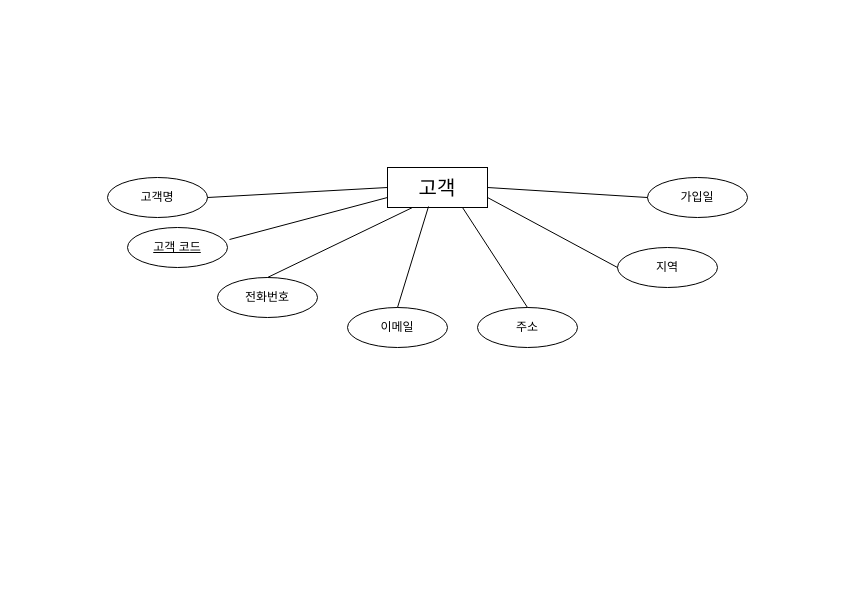
Zuzzang/ai8erd keeps this draw.io diagram as page "페이지-1" (1 of 2) of erd.drawio. Above is the earlier version. Source tidied: cells renumbered, new cells numbered last; positions are measured from the earlier drawing's top-left corner, leaving out a move shared by most shapes. Both pictures are drawn from the tidied source at 100%, with x=0, y=0 at pixel (107, 167).
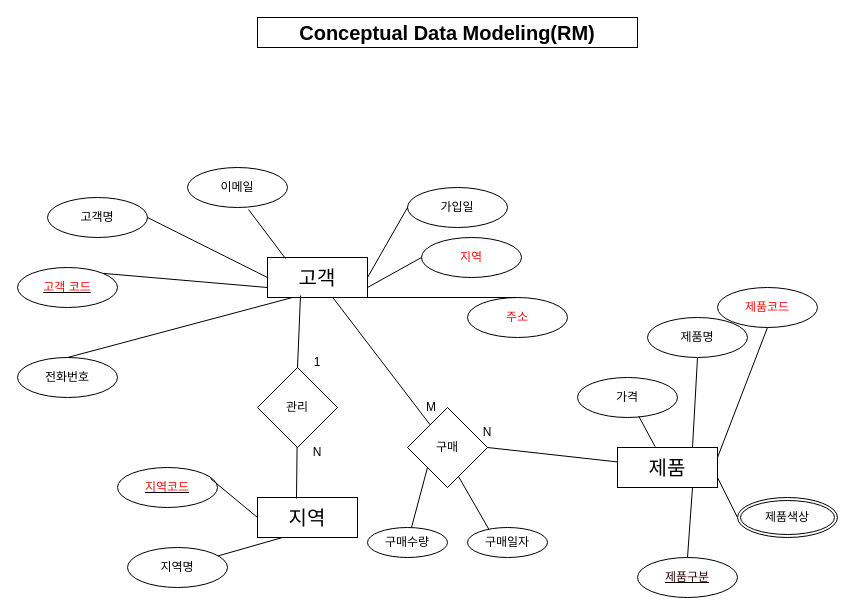
The same page after the edit.

Diff of the diagram source:
```diff
@@
     <mxCell id="2" value="&lt;font style=&quot;font-size: 20px;&quot;&gt;고객&lt;/font&gt;" style="whiteSpace=wrap;html=1;align=center;" parent="1" vertex="1">
-      <mxGeometry x="280" width="100" height="40" as="geometry" />
+      <mxGeometry x="160" y="90" width="100" height="40" as="geometry" />
     </mxCell>
     <mxCell id="3" value="고객명" style="ellipse;whiteSpace=wrap;html=1;align=center;" parent="1" vertex="1">
-      <mxGeometry y="10" width="100" height="40" as="geometry" />
+      <mxGeometry x="-60" y="30" width="100" height="40" as="geometry" />
     </mxCell>
@@
     <mxCell id="5" value="전화번호" style="ellipse;whiteSpace=wrap;html=1;align=center;" parent="1" vertex="1">
-      <mxGeometry x="110" y="110" width="100" height="40" as="geometry" />
+      <mxGeometry x="-90" y="190" width="100" height="40" as="geometry" />
     </mxCell>
     <mxCell id="6" value="이메일" style="ellipse;whiteSpace=wrap;html=1;align=center;" parent="1" vertex="1">
-      <mxGeometry x="240" y="140" width="100" height="40" as="geometry" />
+      <mxGeometry x="80" width="100" height="40" as="geometry" />
     </mxCell>
-    <mxCell id="7" value="주소" style="ellipse;whiteSpace=wrap;html=1;align=center;" parent="1" vertex="1">
-      <mxGeometry x="370" y="140" width="100" height="40" as="geometry" />
+    <mxCell id="7" value="&lt;font color=&quot;#ff0a0a&quot;&gt;주소&lt;/font&gt;" style="ellipse;whiteSpace=wrap;html=1;align=center;" parent="1" vertex="1">
+      <mxGeometry x="360" y="130" width="100" height="40" as="geometry" />
     </mxCell>
-    <mxCell id="8" value="지역" style="ellipse;whiteSpace=wrap;html=1;align=center;" parent="1" vertex="1">
-      <mxGeometry x="510" y="80" width="100" height="40" as="geometry" />
+    <mxCell id="8" value="&lt;font color=&quot;#ff0a0a&quot;&gt;지역&lt;/font&gt;" style="ellipse;whiteSpace=wrap;html=1;align=center;" parent="1" vertex="1">
+      <mxGeometry x="314" y="70" width="100" height="40" as="geometry" />
     </mxCell>
     <mxCell id="9" value="가입일" style="ellipse;whiteSpace=wrap;html=1;align=center;" parent="1" vertex="1">
-      <mxGeometry x="540" y="10" width="100" height="40" as="geometry" />
+      <mxGeometry x="300" y="20" width="100" height="40" as="geometry" />
     </mxCell>
@@
-    <mxCell id="11" style="endArrow=none;html=1;rounded=0;entryX=0.41;entryY=0.975;entryDx=0;entryDy=0;exitX=0.5;exitY=0;exitDx=0;exitDy=0;entryPerimeter=0;" parent="1" edge="1" source="6" target="2">
+    <mxCell id="11" style="endArrow=none;html=1;rounded=0;entryX=0.18;entryY=0.025;entryDx=0;entryDy=0;exitX=0.61;exitY=1.05;exitDx=0;exitDy=0;entryPerimeter=0;exitPerimeter=0;" parent="1" edge="1" source="6" target="2">
       <mxGeometry relative="1" as="geometry" />
     </mxCell>
@@
-    <mxCell id="15" value="&lt;u&gt;고객 코드&lt;/u&gt;" style="ellipse;whiteSpace=wrap;html=1;align=center;" parent="1" vertex="1">
-      <mxGeometry x="20" y="60" width="100" height="40" as="geometry" />
+    <mxCell id="15" value="&lt;u&gt;&lt;font color=&quot;#ff0a0a&quot;&gt;고객 코드&lt;/font&gt;&lt;/u&gt;" style="ellipse;whiteSpace=wrap;html=1;align=center;" parent="1" vertex="1">
+      <mxGeometry x="-90" y="100" width="100" height="40" as="geometry" />
     </mxCell>
-    <mxCell id="16" style="endArrow=none;html=1;rounded=0;exitX=1.02;exitY=0.3;exitDx=0;exitDy=0;exitPerimeter=0;entryX=0;entryY=0.75;entryDx=0;entryDy=0;" parent="1" edge="1" source="15" target="2">
+    <mxCell id="16" style="endArrow=none;html=1;rounded=0;exitX=1;exitY=0;exitDx=0;exitDy=0;entryX=0;entryY=0.75;entryDx=0;entryDy=0;" parent="1" edge="1" source="15" target="2">
       <mxGeometry relative="1" as="geometry" />
     </mxCell>
+    <mxCell id="17" value="&lt;span style=&quot;font-size: 20px;&quot;&gt;지역&lt;/span&gt;" style="whiteSpace=wrap;html=1;align=center;" parent="1" vertex="1">
+      <mxGeometry x="150" y="330" width="100" height="40" as="geometry" />
+    </mxCell>
+    <mxCell id="18" value="&lt;u&gt;&lt;font color=&quot;#ff0a0a&quot;&gt;지역코드&lt;/font&gt;&lt;/u&gt;" style="ellipse;whiteSpace=wrap;html=1;align=center;" parent="1" vertex="1">
+      <mxGeometry x="10" y="300" width="100" height="40" as="geometry" />
+    </mxCell>
+    <mxCell id="19" value="지역명" style="ellipse;whiteSpace=wrap;html=1;align=center;" parent="1" vertex="1">
+      <mxGeometry x="20" y="380" width="100" height="40" as="geometry" />
+    </mxCell>
+    <mxCell id="20" style="endArrow=none;html=1;rounded=0;exitX=0.93;exitY=0.275;exitDx=0;exitDy=0;entryX=0;entryY=0.5;entryDx=0;entryDy=0;exitPerimeter=0;" parent="1" edge="1" source="18" target="17">
+      <mxGeometry relative="1" as="geometry" />
+    </mxCell>
+    <mxCell id="21" style="endArrow=none;html=1;rounded=0;entryX=0.25;entryY=1;entryDx=0;entryDy=0;" parent="1" edge="1" source="19" target="17">
+      <mxGeometry relative="1" as="geometry" />
+    </mxCell>
+    <mxCell id="22" value="&lt;span style=&quot;font-size: 20px;&quot;&gt;제품&lt;/span&gt;" style="whiteSpace=wrap;html=1;align=center;" parent="1" vertex="1">
+      <mxGeometry x="510" y="280" width="100" height="40" as="geometry" />
+    </mxCell>
+    <mxCell id="23" value="&lt;u&gt;&lt;font color=&quot;#330000&quot;&gt;제품구분&lt;/font&gt;&lt;/u&gt;" style="ellipse;whiteSpace=wrap;html=1;align=center;" parent="1" vertex="1">
+      <mxGeometry x="530" y="390" width="100" height="40" as="geometry" />
+    </mxCell>
+    <mxCell id="24" style="endArrow=none;html=1;rounded=0;exitX=0.5;exitY=0;exitDx=0;exitDy=0;entryX=0.75;entryY=1;entryDx=0;entryDy=0;" parent="1" edge="1" source="23" target="22">
+      <mxGeometry relative="1" as="geometry" />
+    </mxCell>
+    <mxCell id="25" style="endArrow=none;html=1;rounded=0;exitX=0.5;exitY=0;exitDx=0;exitDy=0;entryX=1;entryY=0.25;entryDx=0;entryDy=0;" parent="1" edge="1" target="22">
+      <mxGeometry relative="1" as="geometry">
+        <mxPoint x="660" y="160" as="sourcePoint" />
+      </mxGeometry>
+    </mxCell>
+    <mxCell id="26" value="&lt;font color=&quot;#050000&quot;&gt;구매수량&lt;/font&gt;" style="ellipse;whiteSpace=wrap;html=1;align=center;" parent="1" vertex="1">
+      <mxGeometry x="260" y="360" width="80" height="30" as="geometry" />
+    </mxCell>
+    <mxCell id="27" value="&lt;font color=&quot;#050000&quot;&gt;제품명&lt;br&gt;&lt;/font&gt;" style="ellipse;whiteSpace=wrap;html=1;align=center;" parent="1" vertex="1">
+      <mxGeometry x="540" y="150" width="100" height="40" as="geometry" />
+    </mxCell>
+    <mxCell id="28" value="관리" style="rhombus;whiteSpace=wrap;html=1;" parent="1" vertex="1">
+      <mxGeometry x="150" y="200" width="80" height="80" as="geometry" />
+    </mxCell>
+    <mxCell id="29" style="endArrow=none;html=1;rounded=0;" parent="1" edge="1" source="33" target="2">
+      <mxGeometry relative="1" as="geometry" />
+    </mxCell>
+    <mxCell id="30" style="endArrow=none;html=1;rounded=0;entryX=0.33;entryY=0.95;entryDx=0;entryDy=0;entryPerimeter=0;exitX=0.5;exitY=0;exitDx=0;exitDy=0;" parent="1" edge="1" source="28" target="2">
+      <mxGeometry relative="1" as="geometry" />
+    </mxCell>
+    <mxCell id="31" style="endArrow=none;html=1;rounded=0;entryX=1;entryY=0.5;entryDx=0;entryDy=0;" parent="1" edge="1" source="47" target="33">
+      <mxGeometry relative="1" as="geometry" />
+    </mxCell>
+    <mxCell id="32" style="endArrow=none;html=1;rounded=0;exitX=0.39;exitY=0.025;exitDx=0;exitDy=0;exitPerimeter=0;" parent="1" edge="1" source="17" target="28">
+      <mxGeometry relative="1" as="geometry" />
+    </mxCell>
+    <mxCell id="33" value="구매" style="rhombus;whiteSpace=wrap;html=1;" parent="1" vertex="1">
+      <mxGeometry x="300" y="240" width="80" height="80" as="geometry" />
+    </mxCell>
+    <mxCell id="34" value="&lt;font color=&quot;#050000&quot;&gt;구매일자&lt;br&gt;&lt;/font&gt;" style="ellipse;whiteSpace=wrap;html=1;align=center;" parent="1" vertex="1">
+      <mxGeometry x="360" y="360" width="80" height="30" as="geometry" />
+    </mxCell>
+    <mxCell id="35" style="endArrow=none;html=1;rounded=0;entryX=0;entryY=1;entryDx=0;entryDy=0;" parent="1" edge="1" source="26" target="33">
+      <mxGeometry relative="1" as="geometry" />
+    </mxCell>
+    <mxCell id="36" style="endArrow=none;html=1;rounded=0;entryX=0.638;entryY=0.863;entryDx=0;entryDy=0;exitX=0.27;exitY=0.075;exitDx=0;exitDy=0;exitPerimeter=0;entryPerimeter=0;" parent="1" edge="1" source="34" target="33">
+      <mxGeometry relative="1" as="geometry" />
+    </mxCell>
+    <mxCell id="37" value="&lt;font color=&quot;#ff0a0a&quot;&gt;제품코드&lt;/font&gt;" style="ellipse;whiteSpace=wrap;html=1;align=center;" parent="1" vertex="1">
+      <mxGeometry x="610" y="120" width="100" height="40" as="geometry" />
+    </mxCell>
+    <mxCell id="38" value="&lt;font style=&quot;font-size: 20px;&quot;&gt;&lt;b&gt;Conceptual Data Modeling(RM)&lt;/b&gt;&lt;/font&gt;" style="whiteSpace=wrap;html=1;align=center;" parent="1" vertex="1">
+      <mxGeometry x="150" y="-150" width="380" height="30" as="geometry" />
+    </mxCell>
+    <mxCell id="39" value="1" style="text;html=1;strokeColor=none;fillColor=none;align=center;verticalAlign=middle;whiteSpace=wrap;rounded=0;" parent="1" vertex="1">
+      <mxGeometry x="180" y="180" width="60" height="30" as="geometry" />
+    </mxCell>
+    <mxCell id="40" value="N" style="text;html=1;strokeColor=none;fillColor=none;align=center;verticalAlign=middle;whiteSpace=wrap;rounded=0;" parent="1" vertex="1">
+      <mxGeometry x="180" y="270" width="60" height="30" as="geometry" />
+    </mxCell>
+    <mxCell id="41" value="&lt;font color=&quot;#050000&quot;&gt;제품색상&lt;/font&gt;" style="ellipse;shape=doubleEllipse;margin=3;whiteSpace=wrap;html=1;align=center;" parent="1" vertex="1">
+      <mxGeometry x="630" y="330" width="100" height="40" as="geometry" />
+    </mxCell>
+    <mxCell id="42" value="&lt;font color=&quot;#050000&quot;&gt;가격&lt;br&gt;&lt;/font&gt;" style="ellipse;whiteSpace=wrap;html=1;align=center;" parent="1" vertex="1">
+      <mxGeometry x="470" y="210" width="100" height="40" as="geometry" />
+    </mxCell>
+    <mxCell id="43" style="endArrow=none;html=1;rounded=0;exitX=0.377;exitY=-0.019;exitDx=0;exitDy=0;entryX=0.612;entryY=0.966;entryDx=0;entryDy=0;entryPerimeter=0;exitPerimeter=0;" parent="1" edge="1" source="22" target="42">
+      <mxGeometry relative="1" as="geometry" />
+    </mxCell>
+    <mxCell id="44" style="endArrow=none;html=1;rounded=0;exitX=0.75;exitY=0;exitDx=0;exitDy=0;entryX=0.5;entryY=1;entryDx=0;entryDy=0;" parent="1" edge="1" source="22" target="27">
+      <mxGeometry relative="1" as="geometry" />
+    </mxCell>
+    <mxCell id="45" style="endArrow=none;html=1;rounded=0;exitX=0;exitY=0.5;exitDx=0;exitDy=0;entryX=1;entryY=0.75;entryDx=0;entryDy=0;" parent="1" edge="1" source="41" target="22">
+      <mxGeometry relative="1" as="geometry" />
+    </mxCell>
+    <mxCell id="46" style="endArrow=none;html=1;rounded=0;entryX=1;entryY=0.5;entryDx=0;entryDy=0;" parent="1" edge="1" source="22" target="33">
+      <mxGeometry relative="1" as="geometry" />
+    </mxCell>
+    <mxCell id="47" value="N" style="text;html=1;strokeColor=none;fillColor=none;align=center;verticalAlign=middle;whiteSpace=wrap;rounded=0;" parent="1" vertex="1">
+      <mxGeometry x="350" y="250" width="60" height="30" as="geometry" />
+    </mxCell>
+    <mxCell id="48" value="M" style="text;html=1;strokeColor=none;fillColor=none;align=center;verticalAlign=middle;whiteSpace=wrap;rounded=0;" parent="1" vertex="1">
+      <mxGeometry x="294" y="225" width="60" height="30" as="geometry" />
+    </mxCell>
```
